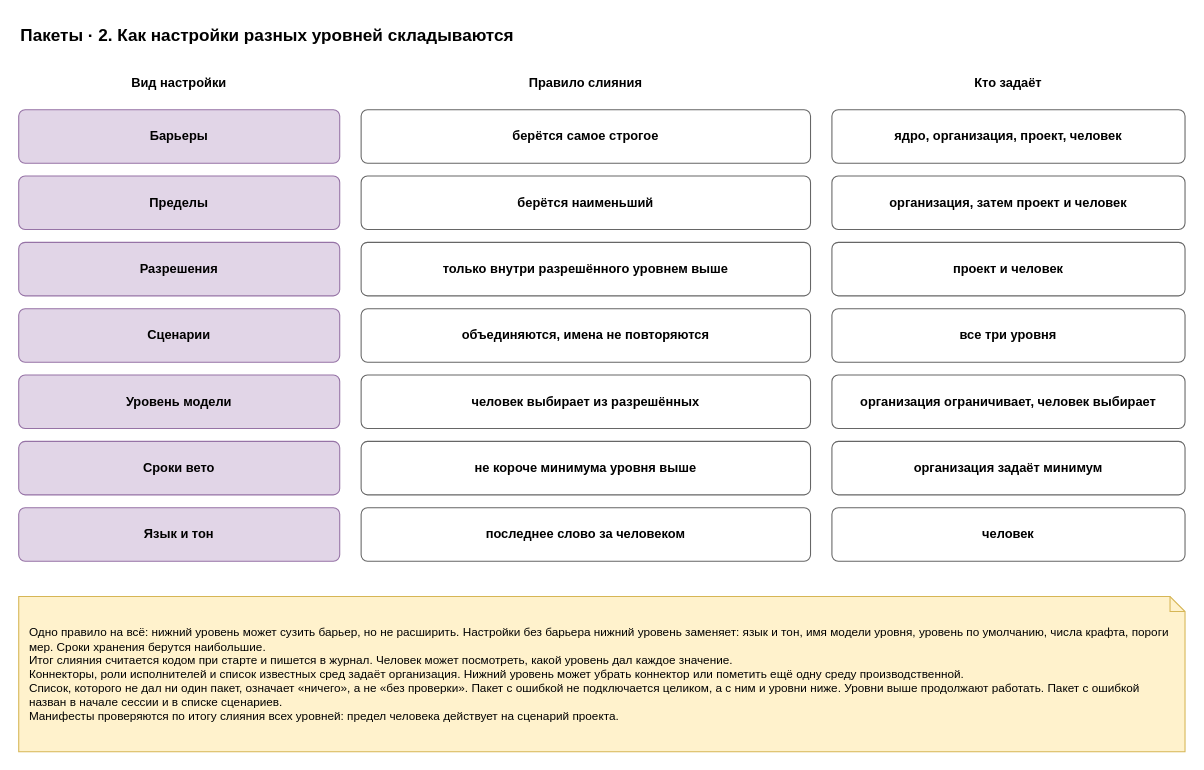
This is page "2. Наложение" (2 of 5) of docs/spec/harness-packs.drawio from roygkov/reins, a draw.io file, before an edit. Source tidied: cells renumbered, new cells numbered last; positions are measured from the earlier drawing's top-left corner, leaving out a move shared by most shapes. Both pictures are drawn from the tidied source at 107%, with x=0, y=0 at pixel (18, 18).
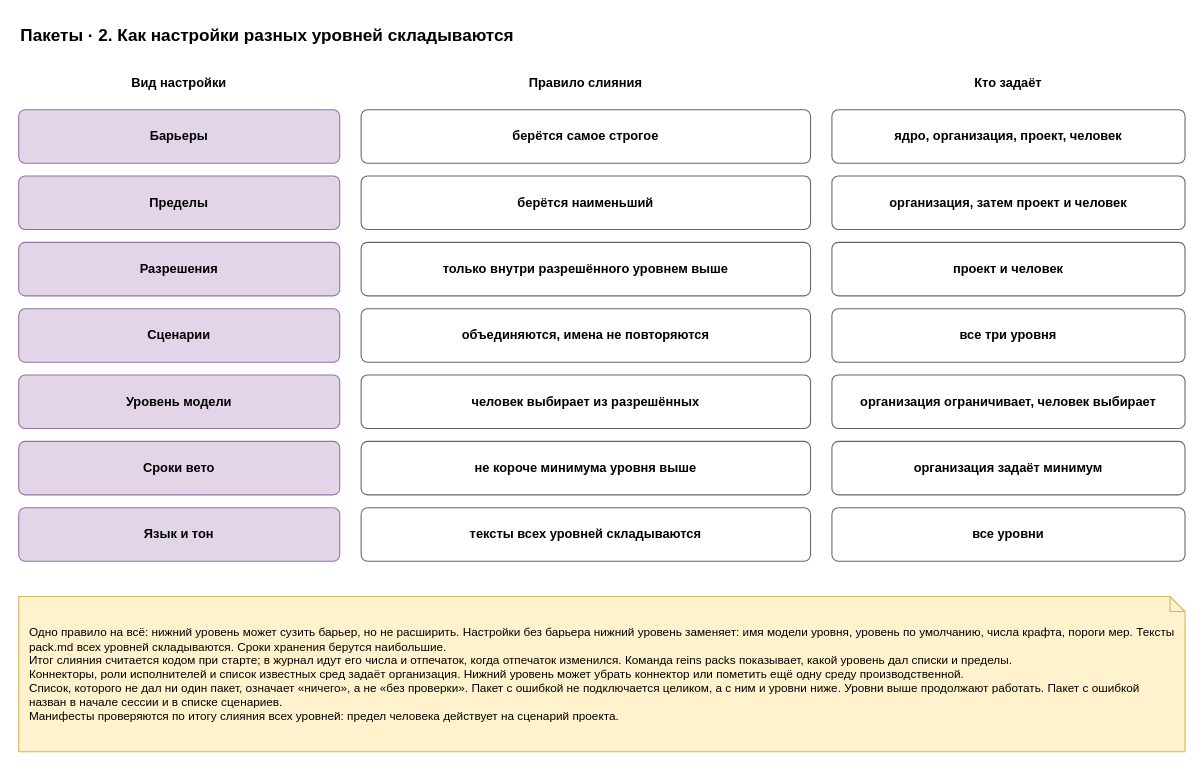
The same page after the edit.

Change to the diagram source:
```diff
@@
-    <mxCell id="25" value="&lt;b&gt;последнее слово за человеком&lt;/b&gt;" style="rounded=1;whiteSpace=wrap;html=1;fillColor=#ffffff;strokeColor=#666666;arcSize=12;fontStyle=0;" parent="1" vertex="1">
+    <mxCell id="25" value="&lt;b&gt;тексты всех уровней складываются&lt;/b&gt;" style="rounded=1;whiteSpace=wrap;html=1;fillColor=#ffffff;strokeColor=#666666;arcSize=12;fontStyle=0;" parent="1" vertex="1">
       <mxGeometry x="320" y="457" width="420" height="50" as="geometry" />
     </mxCell>
-    <mxCell id="26" value="&lt;b&gt;человек&lt;/b&gt;" style="rounded=1;whiteSpace=wrap;html=1;fillColor=#ffffff;strokeColor=#666666;arcSize=12;fontStyle=0;" parent="1" vertex="1">
+    <mxCell id="26" value="&lt;b&gt;все уровни&lt;/b&gt;" style="rounded=1;whiteSpace=wrap;html=1;fillColor=#ffffff;strokeColor=#666666;arcSize=12;fontStyle=0;" parent="1" vertex="1">
       <mxGeometry x="760" y="457" width="330" height="50" as="geometry" />
     </mxCell>
-    <mxCell id="27" value="Одно правило на всё: нижний уровень может сузить барьер, но не расширить. Настройки без барьера нижний уровень заменяет: язык и тон, имя модели уровня, уровень по умолчанию, числа крафта, пороги мер. Сроки хранения берутся наибольшие.&lt;br&gt;Итог слияния считается кодом при старте и пишется в журнал. Человек может посмотреть, какой уровень дал каждое значение.&lt;br&gt;Коннекторы, роли исполнителей и список известных сред задаёт организация. Нижний уровень может убрать коннектор или пометить ещё одну среду производственной.&lt;br&gt;Список, которого не дал ни один пакет, означает «ничего», а не «без проверки». Пакет с ошибкой не подключается целиком, а с ним и уровни ниже. Уровни выше продолжают работать. Пакет с ошибкой назван в начале сессии и в списке сценариев.&lt;br&gt;Манифесты проверяются по итогу слияния всех уровней: предел человека действует на сценарий проекта." style="shape=note;whiteSpace=wrap;html=1;backgroundOutline=1;size=14;fillColor=#fff2cc;strokeColor=#d6b656;align=left;spacingLeft=8;spacingRight=8;fontSize=11;" parent="1" vertex="1">
+    <mxCell id="27" value="Одно правило на всё: нижний уровень может сузить барьер, но не расширить. Настройки без барьера нижний уровень заменяет: имя модели уровня, уровень по умолчанию, числа крафта, пороги мер. Тексты pack.md всех уровней складываются. Сроки хранения берутся наибольшие.&lt;br&gt;Итог слияния считается кодом при старте; в журнал идут его числа и отпечаток, когда отпечаток изменился. Команда reins packs показывает, какой уровень дал списки и пределы.&lt;br&gt;Коннекторы, роли исполнителей и список известных сред задаёт организация. Нижний уровень может убрать коннектор или пометить ещё одну среду производственной.&lt;br&gt;Список, которого не дал ни один пакет, означает «ничего», а не «без проверки». Пакет с ошибкой не подключается целиком, а с ним и уровни ниже. Уровни выше продолжают работать. Пакет с ошибкой назван в начале сессии и в списке сценариев.&lt;br&gt;Манифесты проверяются по итогу слияния всех уровней: предел человека действует на сценарий проекта." style="shape=note;whiteSpace=wrap;html=1;backgroundOutline=1;size=14;fillColor=#fff2cc;strokeColor=#d6b656;align=left;spacingLeft=8;spacingRight=8;fontSize=11;" parent="1" vertex="1">
       <mxGeometry y="540" width="1090" height="145" as="geometry" />
     </mxCell>
```
